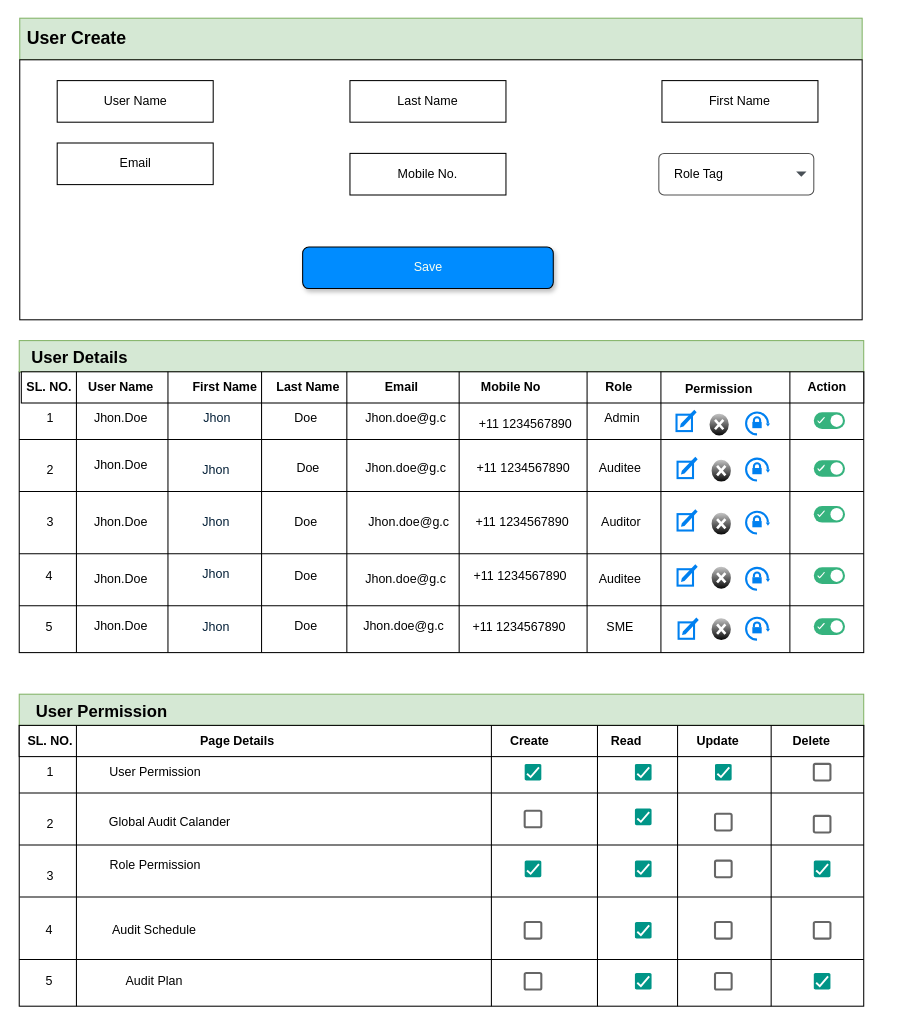
Before: page "User" (2 of 8) of Audit Screeen.drawio in AvikM1996/draw.io, a draw.io diagram. Source tidied: cells renumbered, new cells numbered last; positions are measured from the earlier drawing's top-left corner, leaving out a move shared by most shapes. Both pictures are drawn from the tidied source at 104%, with x=0, y=0 at pixel (18, 18).
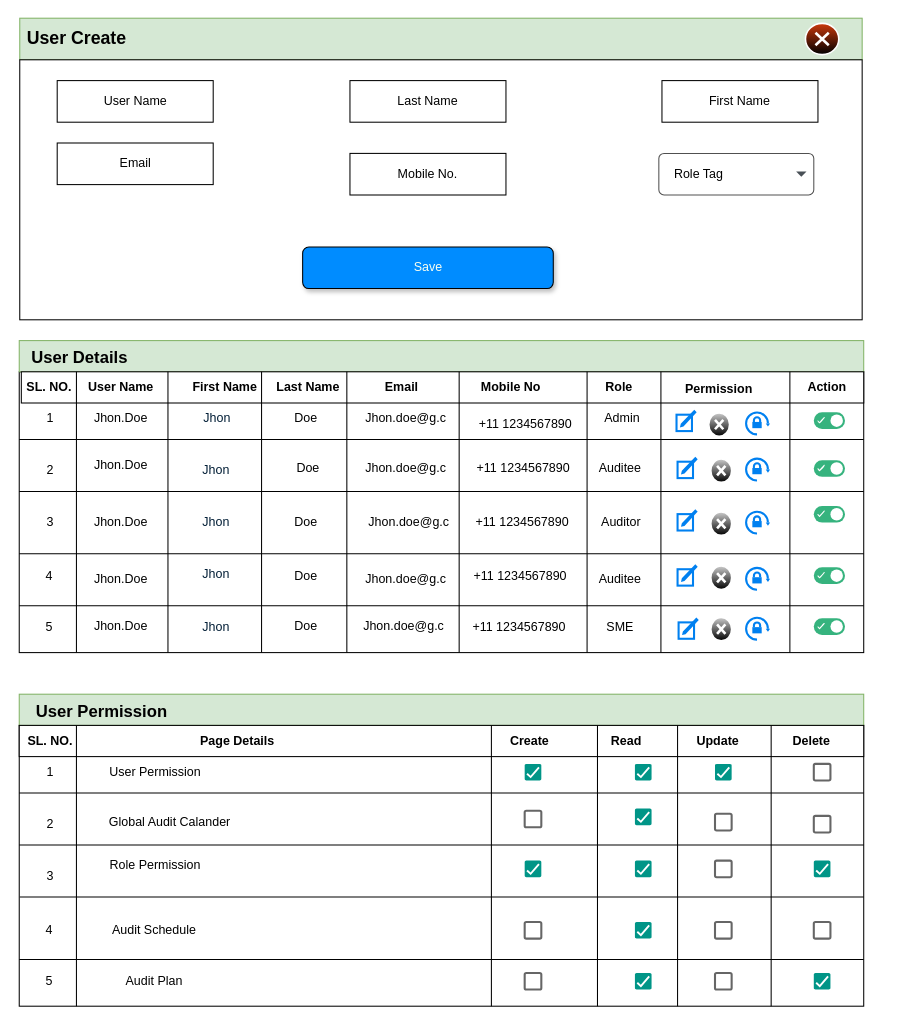
After the change.

The edit, as a diff of the source:
```diff
@@
+    <mxCell id="153" style="verticalLabelPosition=bottom;verticalAlign=top;html=1;shadow=0;dashed=0;strokeWidth=1;shape=mxgraph.ios.iDeleteApp;fillColor=#CC390C;fillColor2=#000000;strokeColor=#ffffff;sketch=0;" parent="1" vertex="1">
+      <mxGeometry x="757" y="5" width="32" height="30" as="geometry" />
+    </mxCell>
```
